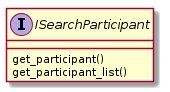
The PlantUML diagram doc/isearch_participant.png in bugagashen6ka/quark, before a commit.
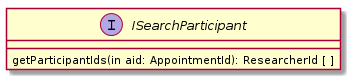
After the commit.

Diff of the diagram source:
```diff
@@ -1,6 +1,5 @@
 @startuml
 interface ISearchParticipant {
-  get_participant()
-  get_participant_list()
+  getParticipantIds(in aid: AppointmentId): ResearcherId [ ]
 }
 @enduml
```
